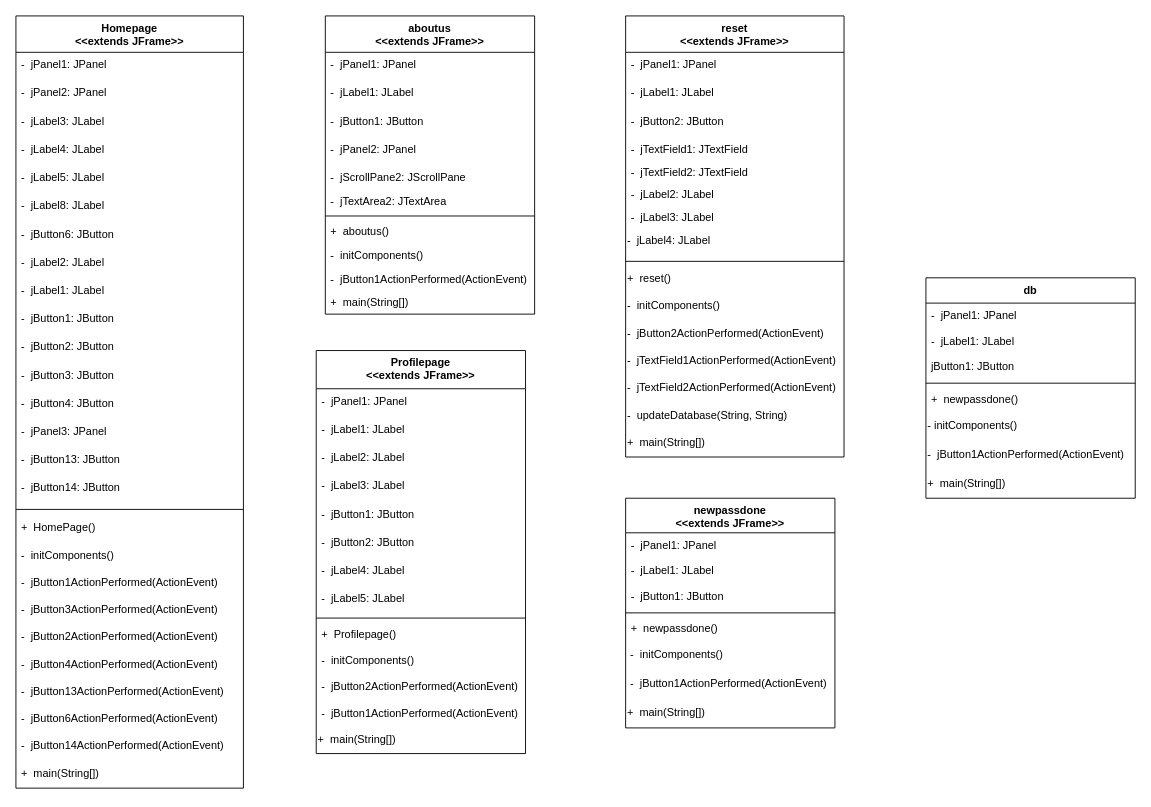
LordDdanielHan/test keeps this draw.io diagram as MarshaDiagram.drawio. Above is the earlier version. Source tidied: cells renumbered, new cells numbered last; positions are measured from the earlier drawing's top-left corner, leaving out a move shared by most shapes. Both pictures are drawn from the tidied source at 91%, with x=0, y=0 at pixel (15, 15).
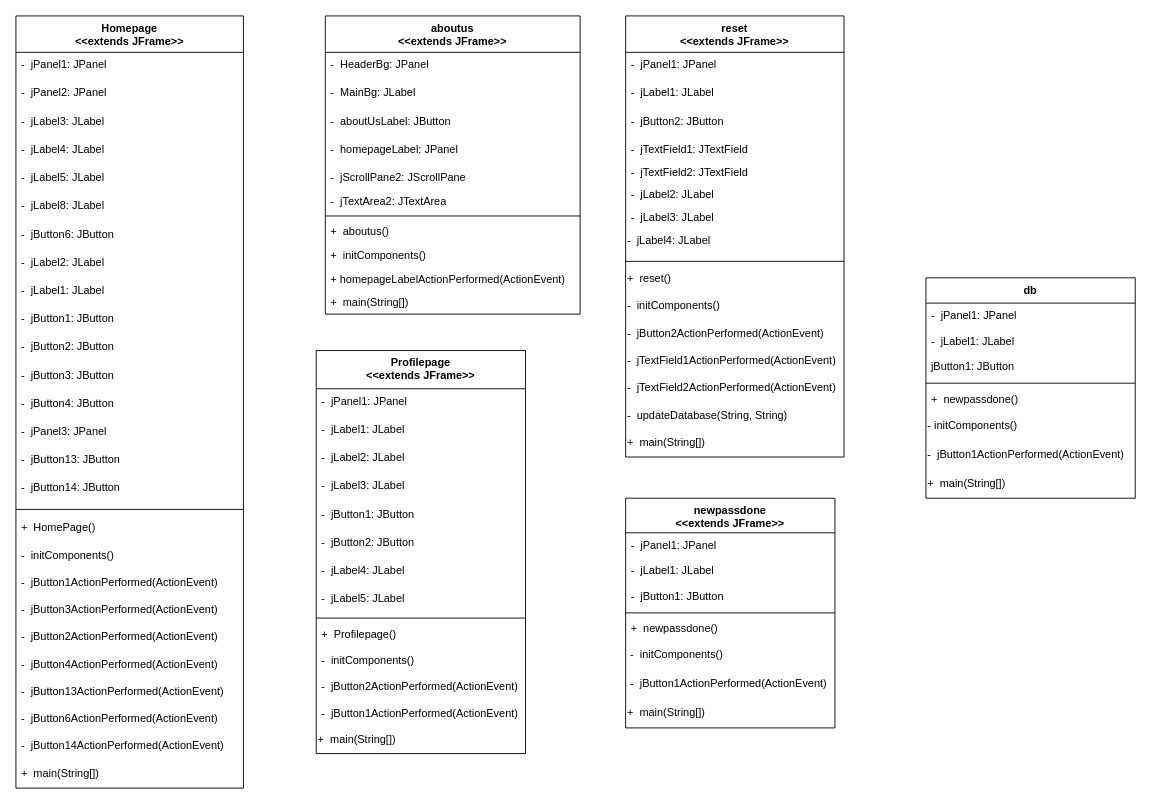
The same page after the edit.

Diff of the diagram source:
```diff
@@
     <mxCell id="2" value="aboutus&#10;&lt;&lt;extends JFrame&gt;&gt;&#10;" style="swimlane;fontStyle=1;align=center;verticalAlign=top;horizontal=1;startSize=40;" parent="1" vertex="1">
-      <mxGeometry x="340" width="230" height="327.7" as="geometry" />
+      <mxGeometry x="340" width="280" height="327.7" as="geometry" />
     </mxCell>
-    <mxCell id="3" value="-  jPanel1: JPanel" style="text;strokeColor=none;fillColor=none;align=left;verticalAlign=top;spacingLeft=4;spacingRight=4;overflow=hidden;" parent="2" vertex="1">
-      <mxGeometry y="40" width="230" height="31" as="geometry" />
+    <mxCell id="3" value="-  HeaderBg: JPanel" style="text;strokeColor=none;fillColor=none;align=left;verticalAlign=top;spacingLeft=4;spacingRight=4;overflow=hidden;" parent="2" vertex="1">
+      <mxGeometry y="40" width="280" height="31" as="geometry" />
     </mxCell>
-    <mxCell id="4" value="-  jLabel1: JLabel" style="text;strokeColor=none;fillColor=none;align=left;verticalAlign=top;spacingLeft=4;spacingRight=4;overflow=hidden;" parent="2" vertex="1">
-      <mxGeometry y="71" width="230" height="31" as="geometry" />
+    <mxCell id="4" value="-  MainBg: JLabel" style="text;strokeColor=none;fillColor=none;align=left;verticalAlign=top;spacingLeft=4;spacingRight=4;overflow=hidden;" parent="2" vertex="1">
+      <mxGeometry y="71" width="280" height="31" as="geometry" />
     </mxCell>
-    <mxCell id="5" value="-  jButton1: JButton" style="text;strokeColor=none;fillColor=none;align=left;verticalAlign=top;spacingLeft=4;spacingRight=4;overflow=hidden;" parent="2" vertex="1">
-      <mxGeometry y="102" width="230" height="31" as="geometry" />
+    <mxCell id="5" value="-  aboutUsLabel: JButton" style="text;strokeColor=none;fillColor=none;align=left;verticalAlign=top;spacingLeft=4;spacingRight=4;overflow=hidden;" parent="2" vertex="1">
+      <mxGeometry y="102" width="280" height="31" as="geometry" />
     </mxCell>
-    <mxCell id="6" value="-  jPanel2: JPanel" style="text;strokeColor=none;fillColor=none;align=left;verticalAlign=top;spacingLeft=4;spacingRight=4;overflow=hidden;" parent="2" vertex="1">
-      <mxGeometry y="133" width="230" height="31" as="geometry" />
+    <mxCell id="6" value="-  homepageLabel: JPanel" style="text;strokeColor=none;fillColor=none;align=left;verticalAlign=top;spacingLeft=4;spacingRight=4;overflow=hidden;" parent="2" vertex="1">
+      <mxGeometry y="133" width="280" height="31" as="geometry" />
     </mxCell>
     <mxCell id="7" value="-  jScrollPane2: JScrollPane" style="text;strokeColor=none;fillColor=none;align=left;verticalAlign=top;spacingLeft=4;spacingRight=4;overflow=hidden;" parent="2" vertex="1">
-      <mxGeometry y="164" width="230" height="26" as="geometry" />
+      <mxGeometry y="164" width="280" height="26" as="geometry" />
     </mxCell>
     <mxCell id="8" value="-  jTextArea2: JTextArea" style="text;strokeColor=none;fillColor=none;align=left;verticalAlign=top;spacingLeft=4;spacingRight=4;overflow=hidden;" parent="2" vertex="1">
-      <mxGeometry y="190" width="230" height="26" as="geometry" />
+      <mxGeometry y="190" width="280" height="26" as="geometry" />
     </mxCell>
     <mxCell id="9" style="line;strokeWidth=1;fillColor=none;align=left;verticalAlign=middle;spacingTop=-1;spacingLeft=3;spacingRight=3;labelPosition=right;strokeColor=inherit;" parent="2" vertex="1">
-      <mxGeometry y="216" width="230" height="7.7" as="geometry" />
+      <mxGeometry y="216" width="280" height="7.7" as="geometry" />
     </mxCell>
     <mxCell id="10" value="+  aboutus()" style="text;strokeColor=none;fillColor=none;align=left;verticalAlign=top;spacingLeft=4;spacingRight=4;overflow=hidden;" parent="2" vertex="1">
-      <mxGeometry y="223.7" width="230" height="26" as="geometry" />
+      <mxGeometry y="223.7" width="280" height="26" as="geometry" />
     </mxCell>
-    <mxCell id="11" value="-  initComponents()" style="text;strokeColor=none;fillColor=none;align=left;verticalAlign=top;spacingLeft=4;spacingRight=4;overflow=hidden;" parent="2" vertex="1">
-      <mxGeometry y="249.7" width="230" height="26" as="geometry" />
+    <mxCell id="11" value="+  initComponents()" style="text;strokeColor=none;fillColor=none;align=left;verticalAlign=top;spacingLeft=4;spacingRight=4;overflow=hidden;" parent="2" vertex="1">
+      <mxGeometry y="249.7" width="280" height="26" as="geometry" />
     </mxCell>
-    <mxCell id="12" value="-  jButton1ActionPerformed(ActionEvent)" style="text;strokeColor=none;fillColor=none;align=left;verticalAlign=top;spacingLeft=4;spacingRight=4;overflow=hidden;" parent="2" vertex="1">
-      <mxGeometry y="275.7" width="230" height="26" as="geometry" />
+    <mxCell id="12" value="+ homepageLabelActionPerformed(ActionEvent)" style="text;strokeColor=none;fillColor=none;align=left;verticalAlign=top;spacingLeft=4;spacingRight=4;overflow=hidden;" parent="2" vertex="1">
+      <mxGeometry y="275.7" width="280" height="26" as="geometry" />
     </mxCell>
     <mxCell id="13" value="+  main(String[])" style="text;strokeColor=none;fillColor=none;align=left;verticalAlign=top;spacingLeft=4;spacingRight=4;overflow=hidden;" parent="2" vertex="1">
-      <mxGeometry y="301.7" width="230" height="26" as="geometry" />
+      <mxGeometry y="301.7" width="280" height="26" as="geometry" />
     </mxCell>
```
